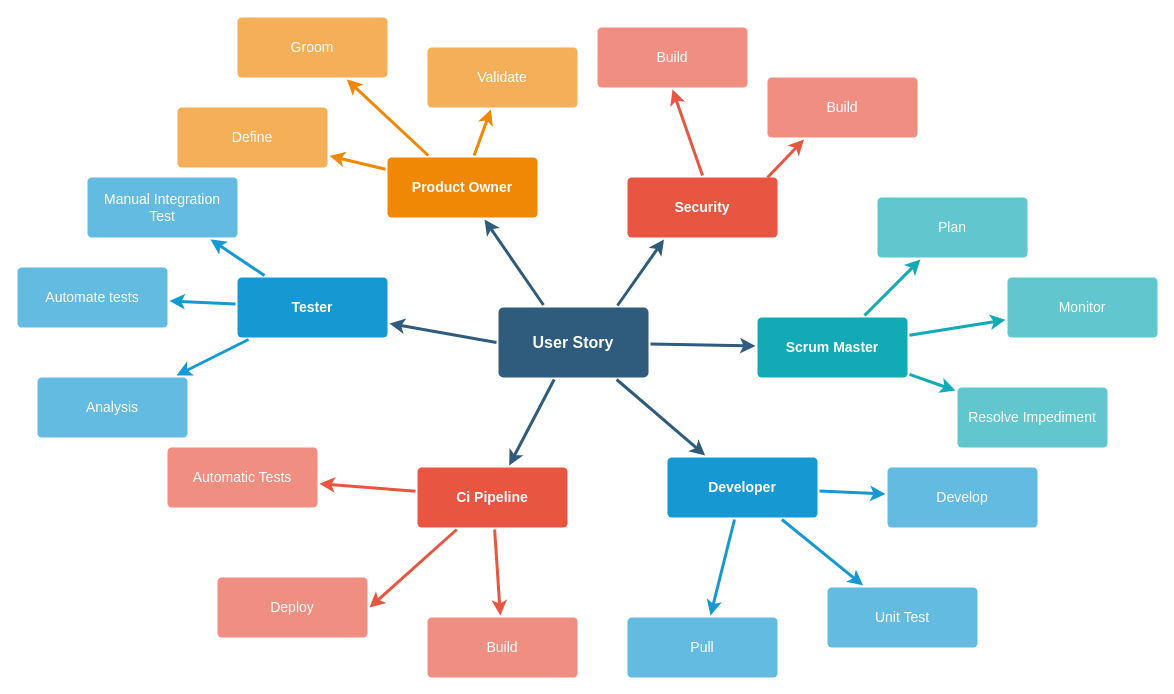
This is page "mindmap" (2 of 2) of lmnas-process/user-story.drawio from lmnaslimited/iyakkam, a draw.io file, before an edit. Source tidied: cells renumbered, new cells numbered last; positions are measured from the earlier drawing's top-left corner, leaving out a move shared by most shapes. Both pictures are drawn from the tidied source at 100%, with x=0, y=0 at pixel (17, 17).
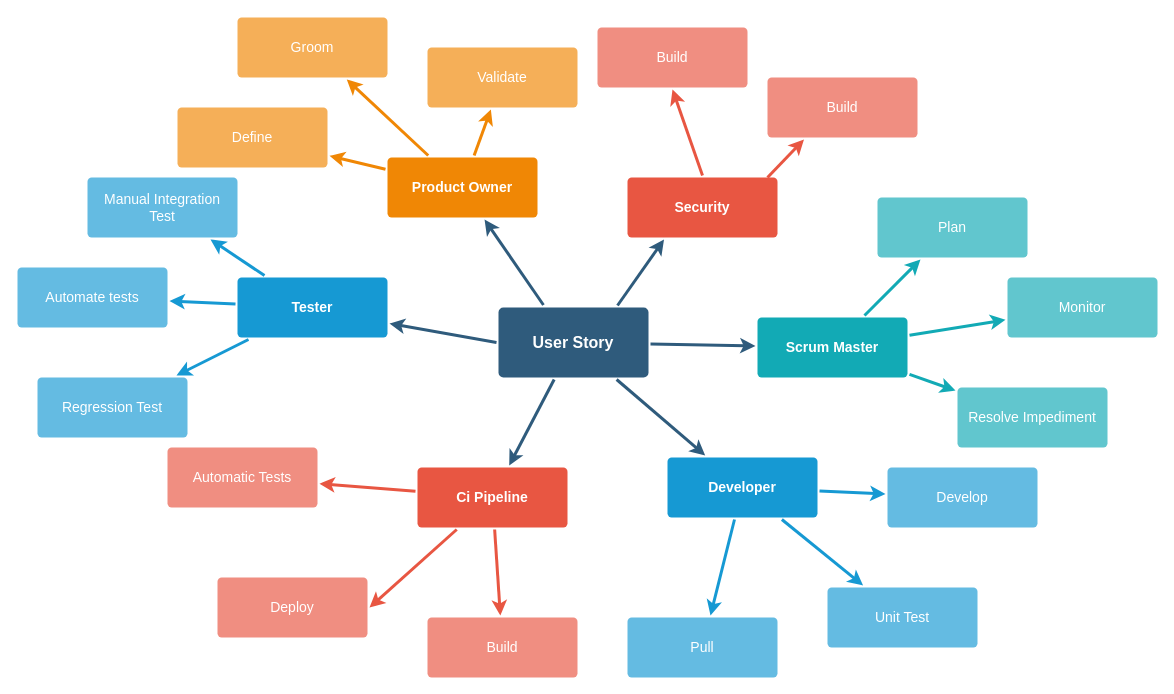
Above is the later version.

The edit, as a diff of the source:
```diff
@@
-    <mxCell id="41" value="Analysis" style="rounded=1;whiteSpace=wrap;html=1;shadow=0;labelBackgroundColor=none;strokeColor=none;strokeWidth=3;fillColor=#64bbe2;fontFamily=Helvetica;fontSize=14;fontColor=#FFFFFF;align=center;spacing=5;arcSize=7;perimeterSpacing=2;" parent="1" vertex="1">
+    <mxCell id="41" value="Regression Test" style="rounded=1;whiteSpace=wrap;html=1;shadow=0;labelBackgroundColor=none;strokeColor=none;strokeWidth=3;fillColor=#64bbe2;fontFamily=Helvetica;fontSize=14;fontColor=#FFFFFF;align=center;spacing=5;arcSize=7;perimeterSpacing=2;" parent="1" vertex="1">
       <mxGeometry x="20" y="360" width="150" height="60" as="geometry" />
     </mxCell>
```
